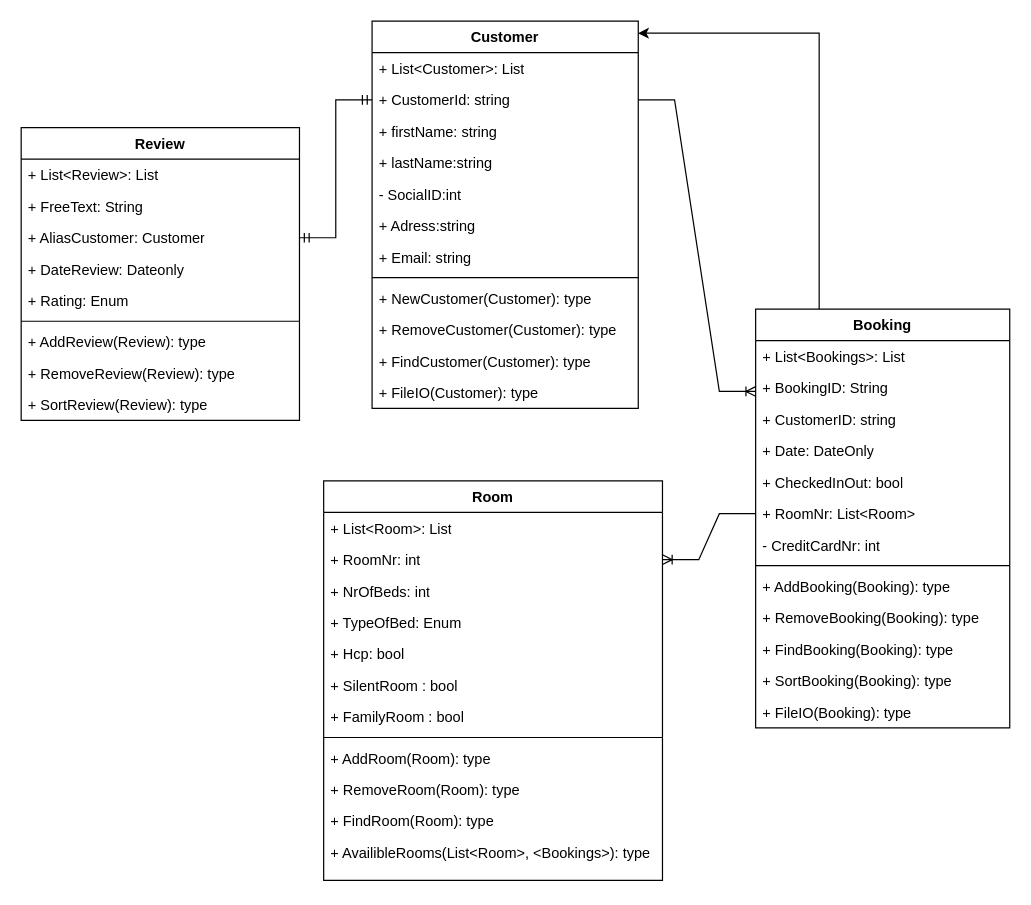
Above: TheHotelUML.drawio in danlundh67/hotellet (draw.io), before the change. Source tidied: cells renumbered, new cells numbered last; positions are measured from the earlier drawing's top-left corner, leaving out a move shared by most shapes. Both pictures are drawn from the tidied source at 121%, with x=0, y=0 at pixel (21, 21).
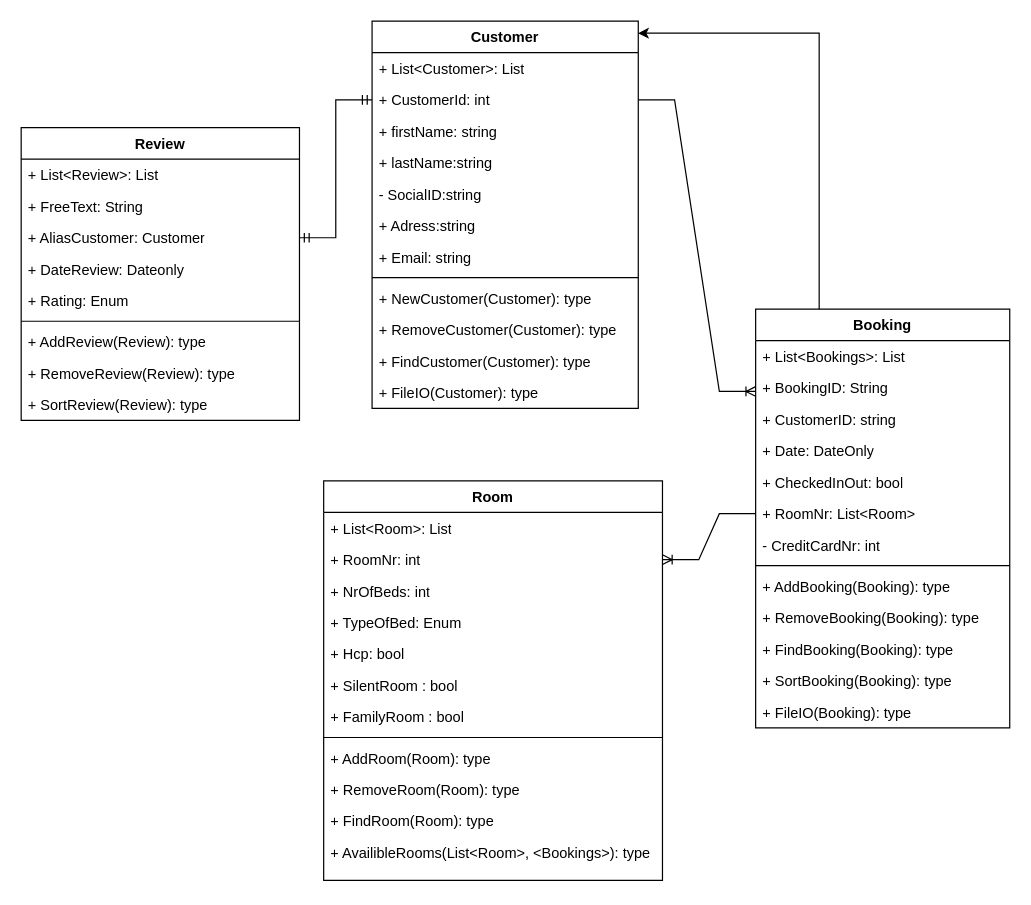
The same diagram, later.

Commit message (it also covers changes not shown here):
Update UML + set/get phonenumber

Unchanged cells that the change refers to:
```xml
<mxCell id="2" value="Customer" style="swimlane;fontStyle=1;align=center;verticalAlign=top;horizontal=1;startSize=26;whiteSpace=wrap;html=1;" parent="1" vertex="1">
  <mxGeometry x="290" width="220" height="320" as="geometry" />
</mxCell>
```

What changed in the source:
```diff
@@
-    <mxCell id="4" value="+ CustomerId: string" style="text;strokeColor=none;fillColor=none;align=left;verticalAlign=top;spacingLeft=4;spacingRight=4;overflow=hidden;points=[[0,0.5],[1,0.5]];portConstraint=eastwest;whiteSpace=wrap;html=1;" parent="2" vertex="1">
+    <mxCell id="4" value="+ CustomerId: int" style="text;strokeColor=none;fillColor=none;align=left;verticalAlign=top;spacingLeft=4;spacingRight=4;overflow=hidden;points=[[0,0.5],[1,0.5]];portConstraint=eastwest;whiteSpace=wrap;html=1;" parent="2" vertex="1">
       <mxGeometry y="52" width="220" height="26" as="geometry" />
     </mxCell>
@@
-    <mxCell id="7" value="- SocialID:int" style="text;strokeColor=none;fillColor=none;align=left;verticalAlign=top;spacingLeft=4;spacingRight=4;overflow=hidden;whiteSpace=wrap;html=1;" parent="2" vertex="1">
+    <mxCell id="7" value="- SocialID:string" style="text;strokeColor=none;fillColor=none;align=left;verticalAlign=top;spacingLeft=4;spacingRight=4;overflow=hidden;whiteSpace=wrap;html=1;" parent="2" vertex="1">
       <mxGeometry y="130" width="220" height="26" as="geometry" />
     </mxCell>
```
